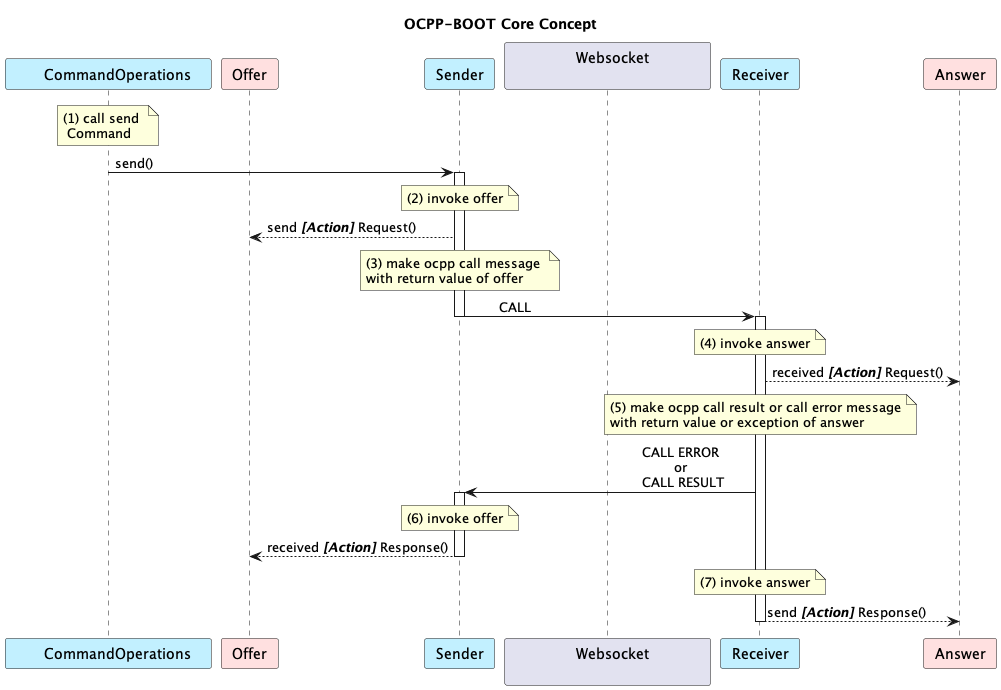
This is docs/core.png from u2ware/ocpp-boot, a PlantUML export, as it was before one commit.
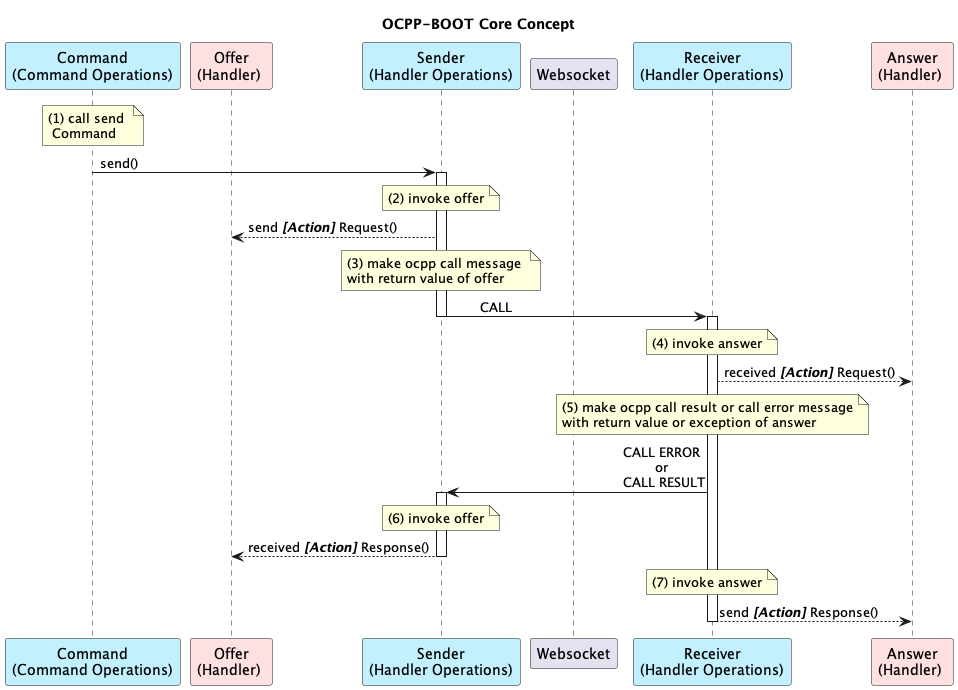
Later version of the same file.

What changed in the source:
```diff
@@ -2,12 +2,12 @@
 
 title OCPP-BOOT Core Concept
 
-participant "\tCommandOperations\t" as Sending #APPLICATION
-participant " Offer " as Offer #IMPLEMENTATION
-participant " Sender " as Sender #APPLICATION
-participant "\t\tWebsocket\t\t\n" as Websocket
-participant " Receiver " as Receiver #APPLICATION
-participant " Answer " as Answer #IMPLEMENTATION
+participant "Command\n(Command Operations)" as Sending #APPLICATION
+participant "Offer\n(Handler) " as Offer #IMPLEMENTATION
+participant "Sender\n(Handler Operations)" as Sender #APPLICATION
+participant "Websocket" as Websocket
+participant "Receiver\n(Handler Operations)" as Receiver #APPLICATION
+participant "Answer\n(Handler) " as Answer #IMPLEMENTATION
 
 note over Sending : (1) call send \n Command
 
```
